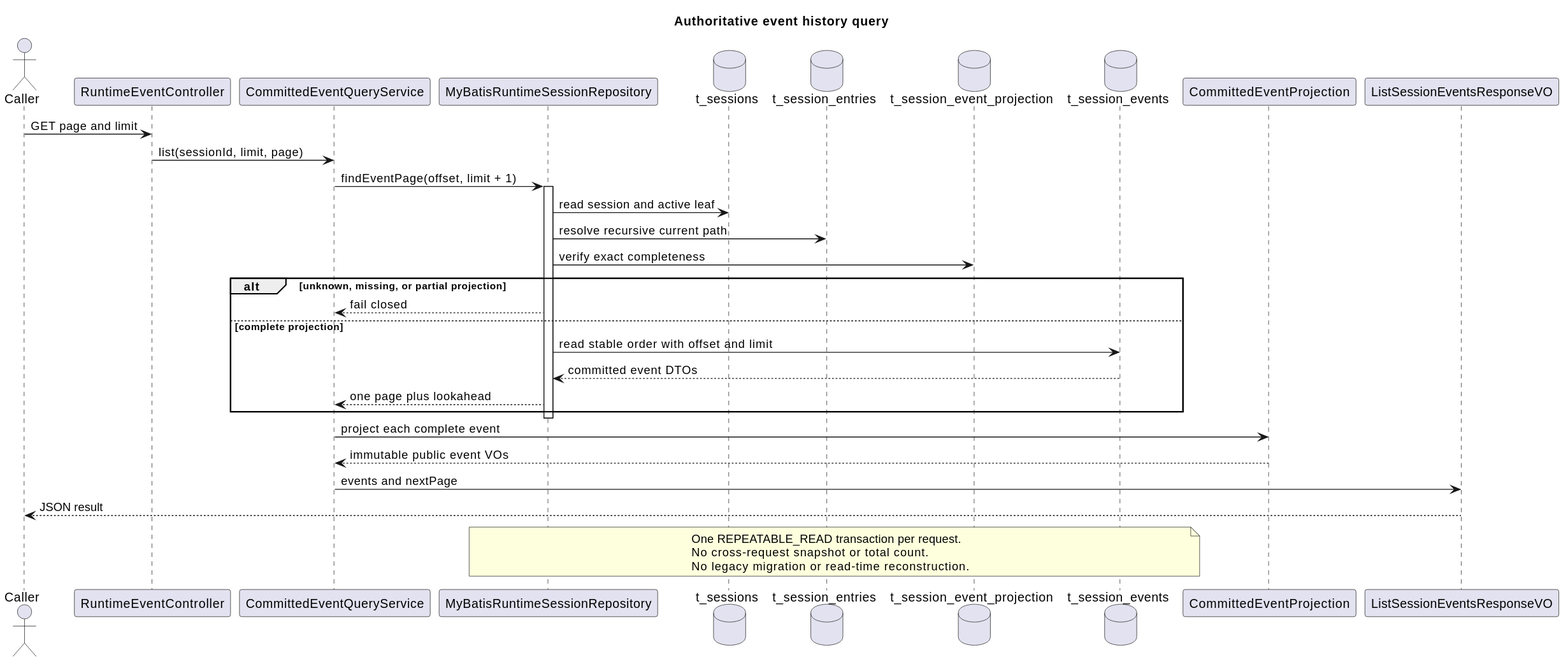
This is docs/designs/runtime-event-history-v2/query_pipeline.svg from 2862282695gjh-afk/pi-mono-java, a PlantUML export, as it was before one commit.
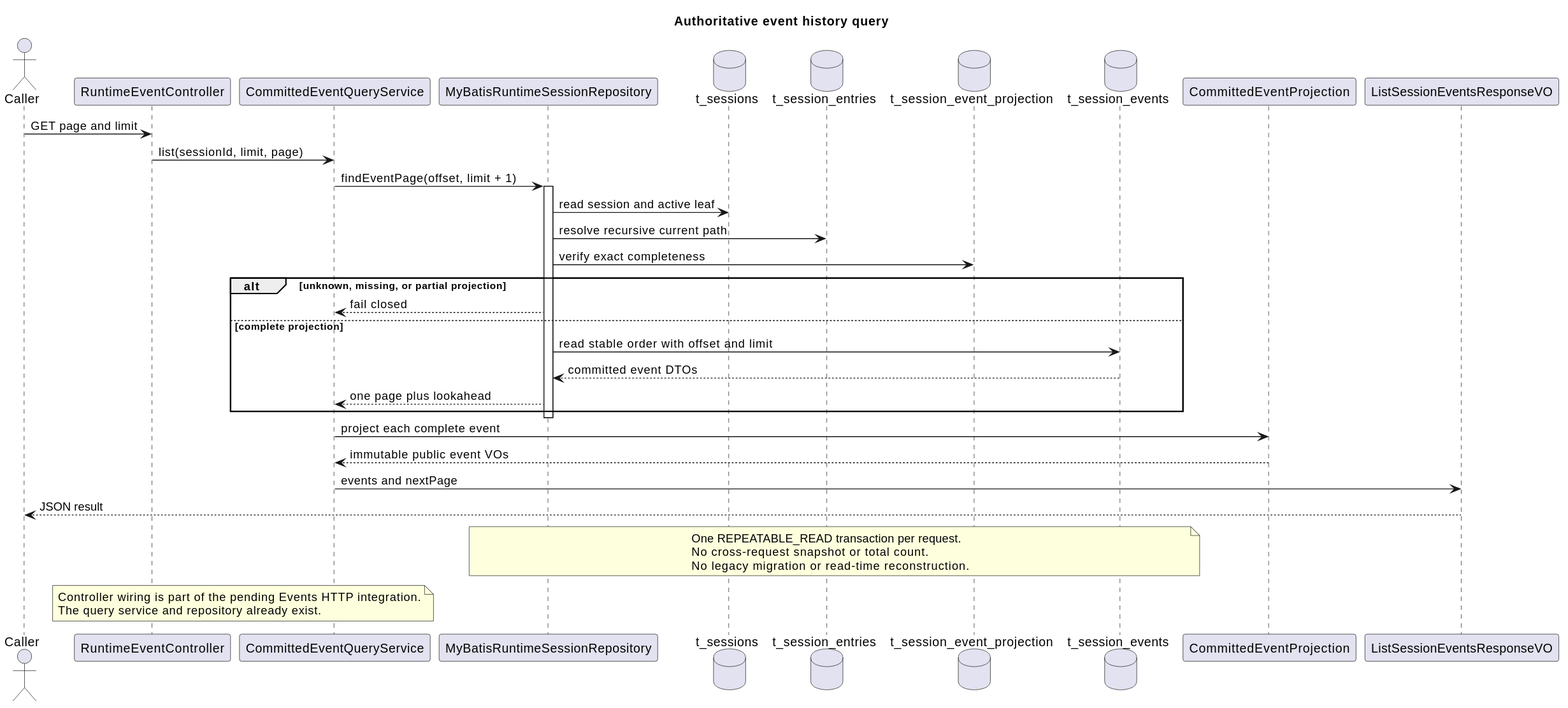
After the commit.

Commit message:
docs(runtime): 明确历史查询接口接入边界

The edit, as a diff of the source:
```diff
@@ -36,4 +36,8 @@
   No cross-request snapshot or total count.
   No legacy migration or read-time reconstruction.
 end note
+note over RuntimeEventController,CommittedEventQueryService
+  Controller wiring is part of the pending Events HTTP integration.
+  The query service and repository already exist.
+end note
 @enduml
```
